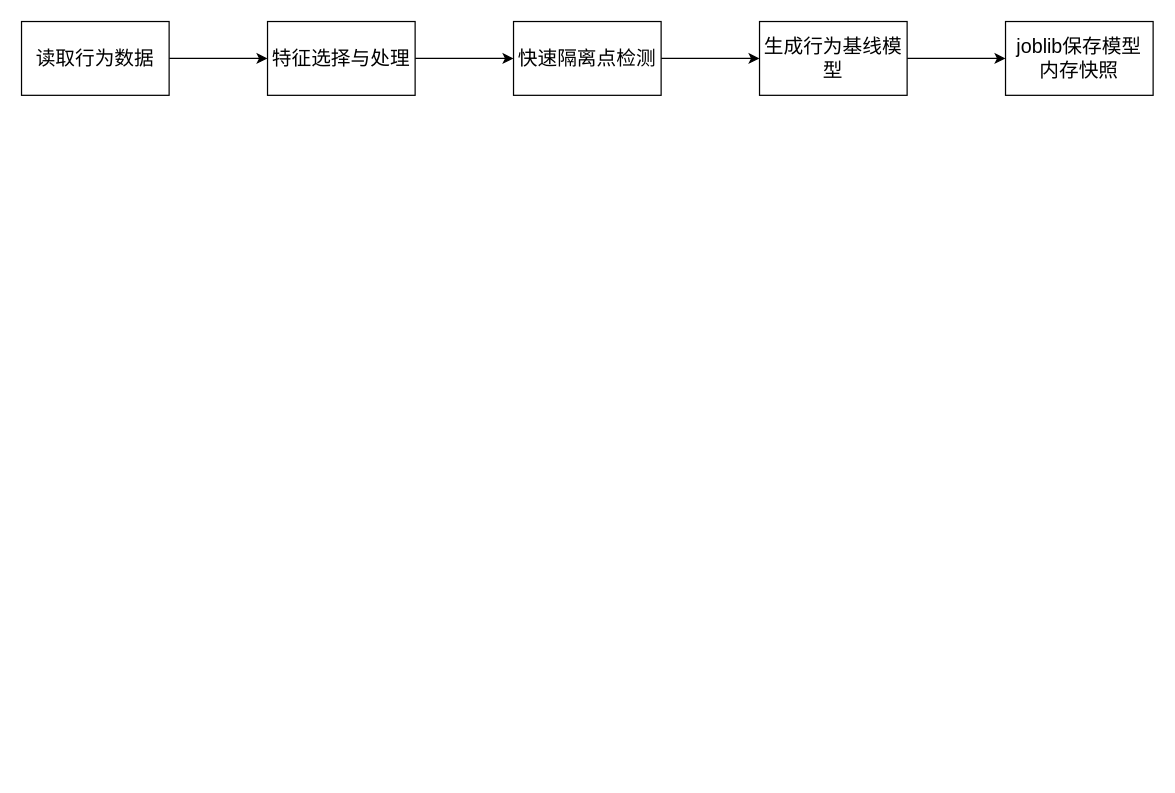
This is testDirectory/行为基线模型训练流程图.drawio from Moose1273/-, a draw.io file, before an edit. Source tidied: cells renumbered, new cells numbered last; positions are measured from the earlier drawing's top-left corner, leaving out a move shared by most shapes. Both pictures are drawn from the tidied source at 123%, with x=0, y=0 at pixel (21, 21).
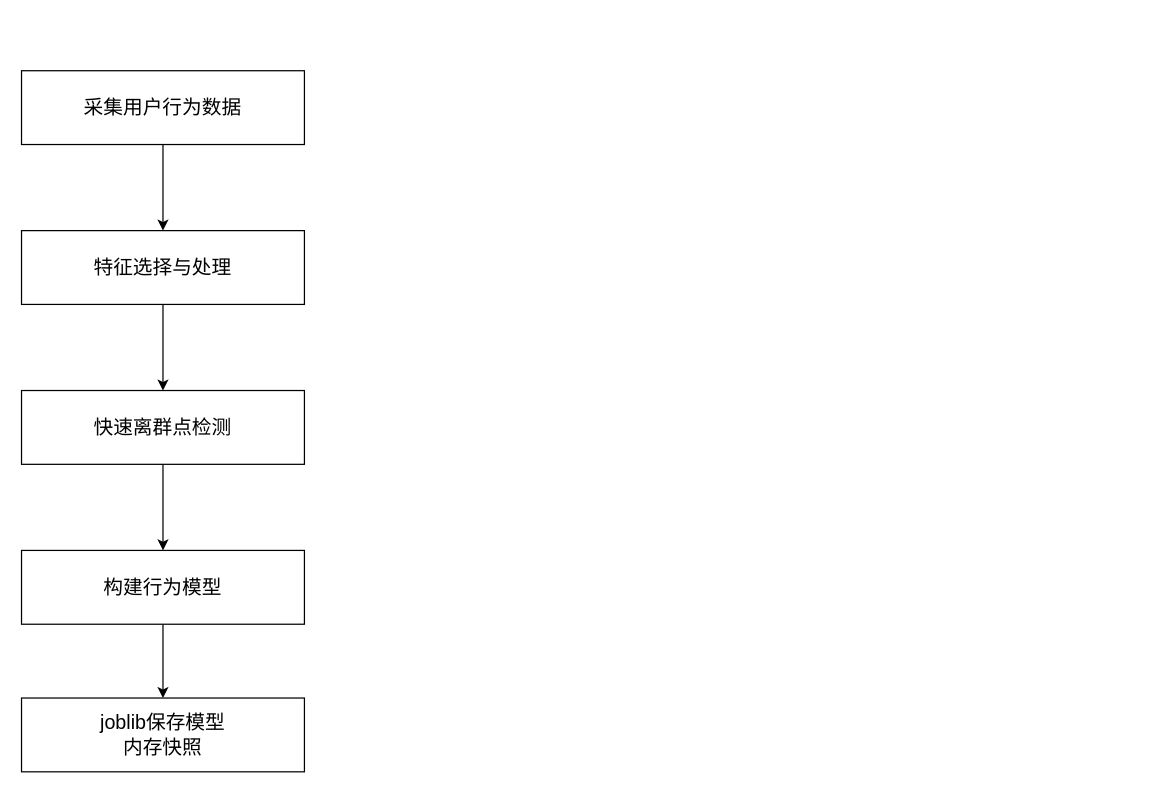
After the change.

Commit message:
更新行为基线模型训练流程图.drawio

The edit, as a diff of the source:
```diff
@@
 <mxGraphModel>
   <root>
     <mxCell id="0" />
     <mxCell id="1" parent="0" />
     <mxCell id="2" style="edgeStyle=orthogonalEdgeStyle;rounded=0;jettySize=auto;html=1;fontSize=16;" parent="1" edge="1" source="3" target="5">
       <mxGeometry relative="1" as="geometry" />
     </mxCell>
-    <mxCell id="3" value="读取行为数据" style="rounded=0;whiteSpace=wrap;html=1;fontSize=16;" parent="1" vertex="1">
-      <mxGeometry width="120" height="60" as="geometry" />
+    <mxCell id="3" value="采集用户行为数据" style="rounded=0;whiteSpace=wrap;html=1;fontSize=16;" parent="1" vertex="1">
+      <mxGeometry y="40" width="230" height="60" as="geometry" />
     </mxCell>
     <mxCell id="4" style="edgeStyle=orthogonalEdgeStyle;rounded=0;jettySize=auto;html=1;fontSize=16;" parent="1" edge="1" source="5" target="7">
       <mxGeometry relative="1" as="geometry" />
     </mxCell>
     <mxCell id="5" value="特征选择与处理" style="rounded=0;whiteSpace=wrap;html=1;fontSize=16;" parent="1" vertex="1">
-      <mxGeometry x="200" width="120" height="60" as="geometry" />
+      <mxGeometry y="170" width="230" height="60" as="geometry" />
     </mxCell>
     <mxCell id="6" style="edgeStyle=orthogonalEdgeStyle;rounded=0;jettySize=auto;html=1;fontSize=16;" parent="1" edge="1" source="7" target="9">
       <mxGeometry relative="1" as="geometry" />
     </mxCell>
-    <mxCell id="7" value="快速隔离点检测" style="rounded=0;whiteSpace=wrap;html=1;fontSize=16;" parent="1" vertex="1">
-      <mxGeometry x="400" width="120" height="60" as="geometry" />
+    <mxCell id="7" value="快速离群点检测" style="rounded=0;whiteSpace=wrap;html=1;fontSize=16;" parent="1" vertex="1">
+      <mxGeometry y="300" width="230" height="60" as="geometry" />
     </mxCell>
     <mxCell id="8" style="edgeStyle=orthogonalEdgeStyle;rounded=0;jettySize=auto;html=1;fontSize=16;" parent="1" edge="1" source="9" target="10">
       <mxGeometry relative="1" as="geometry" />
     </mxCell>
-    <mxCell id="9" value="生成行为基线模型" style="rounded=0;whiteSpace=wrap;html=1;fontSize=16;" parent="1" vertex="1">
-      <mxGeometry x="600" width="120" height="60" as="geometry" />
+    <mxCell id="9" value="构建行为模型" style="rounded=0;whiteSpace=wrap;html=1;fontSize=16;" parent="1" vertex="1">
+      <mxGeometry y="430" width="230" height="60" as="geometry" />
     </mxCell>
     <mxCell id="10" value="joblib保存模型&lt;div style=&quot;font-size: 16px;&quot;&gt;内存快照&lt;/div&gt;" style="rounded=0;whiteSpace=wrap;html=1;fontSize=16;" parent="1" vertex="1">
-      <mxGeometry x="800" width="120" height="60" as="geometry" />
+      <mxGeometry y="550" width="230" height="60" as="geometry" />
     </mxCell>
   </root>
 </mxGraphModel>
```
